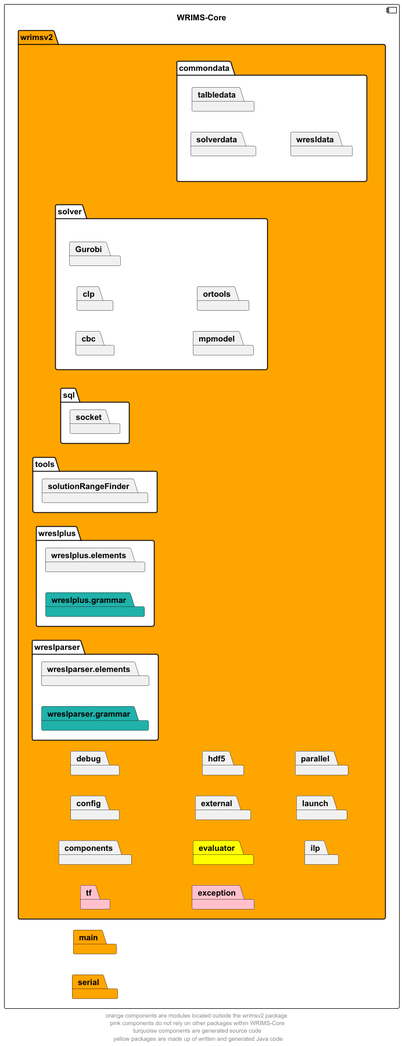
The PlantUML diagram docs/diagrams/wrims-core/wrims-core-packages.png in CentralValleyModeling/wrims-engine, before a commit.
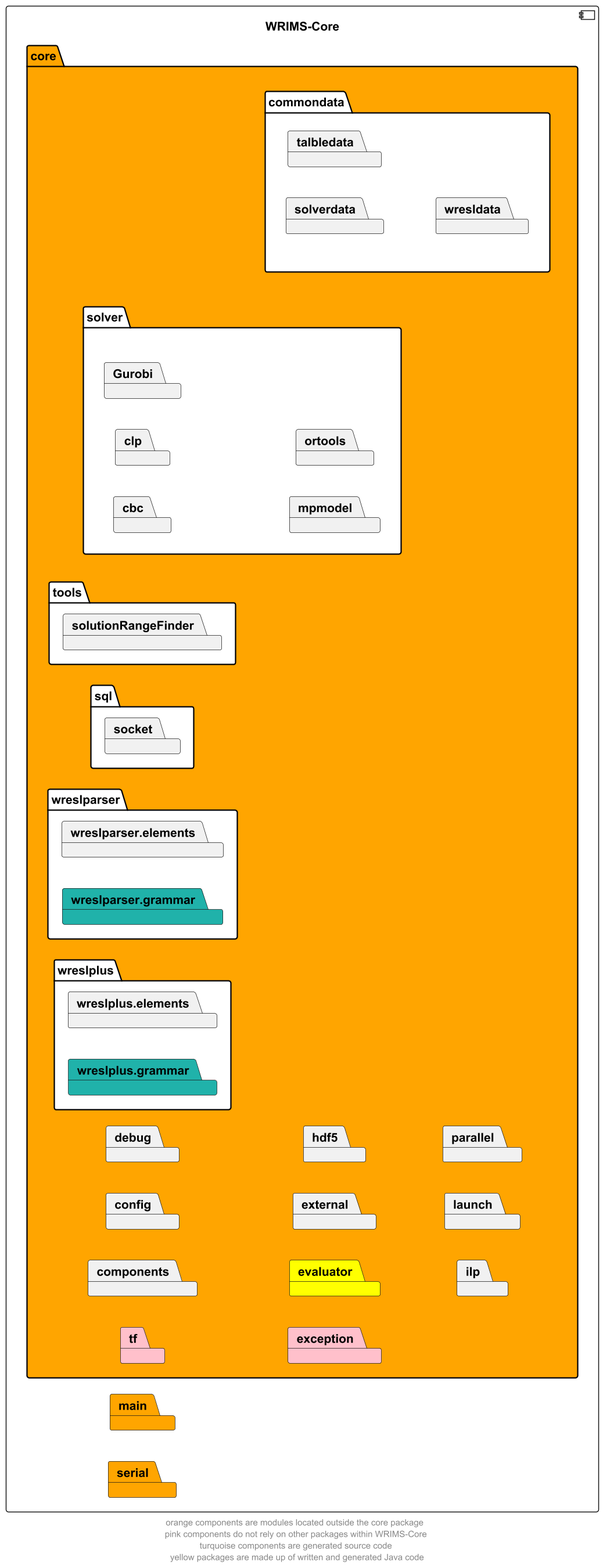
Later version of the same file.

What changed in the source:
```diff
@@ -5,7 +5,7 @@
 component wrims_core as "WRIMS-Core" {
     package main #orange
     package serial #orange
-    package wrimsv2 #orange {
+    package core #orange {
         package commondata #white {
             package solverdata
             package talbledata
@@ -49,6 +49,6 @@
 solver -d[hidden]-> commondata
 tf -d[hidden]-> exception
 
-footer "orange components are modules located outside the wrimsv2 package \n pink components do not rely on other packages within WRIMS-Core \n turquoise components are generated source code \n yellow packages are made up of written and generated Java code"
+footer "orange components are modules located outside the core package \n pink components do not rely on other packages within WRIMS-Core \n turquoise components are generated source code \n yellow packages are made up of written and generated Java code"
 
 @enduml
```
